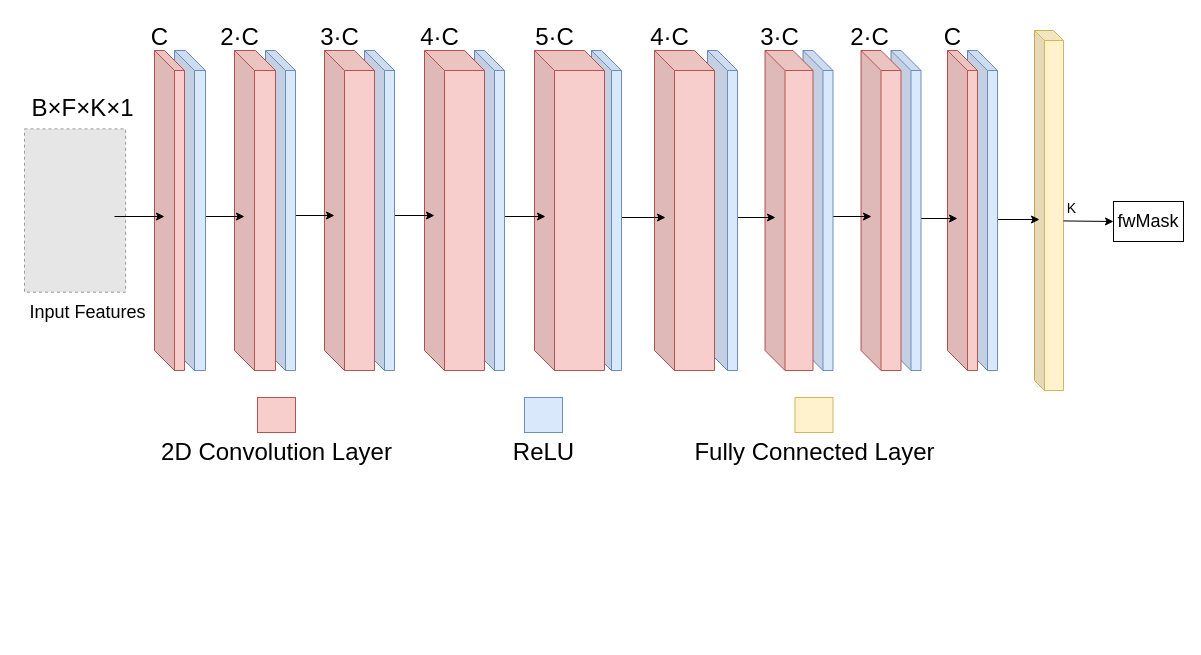
The draw.io diagram page "第 1 页" (1 of 2) of model/未命名绘图.drawio in linan2/A-Convolutional-Recurrent-Neural-Network-for-Real-Time-Speech-Enhancement, before the edit. Source tidied: cells renumbered, new cells numbered last; positions are measured from the earlier drawing's top-left corner, leaving out a move shared by most shapes. Both pictures are drawn from the tidied source at 100%, with x=0, y=0 at pixel (17, 17). Pictures stored in the file or linked from it are replaced by grey dashed boxes.
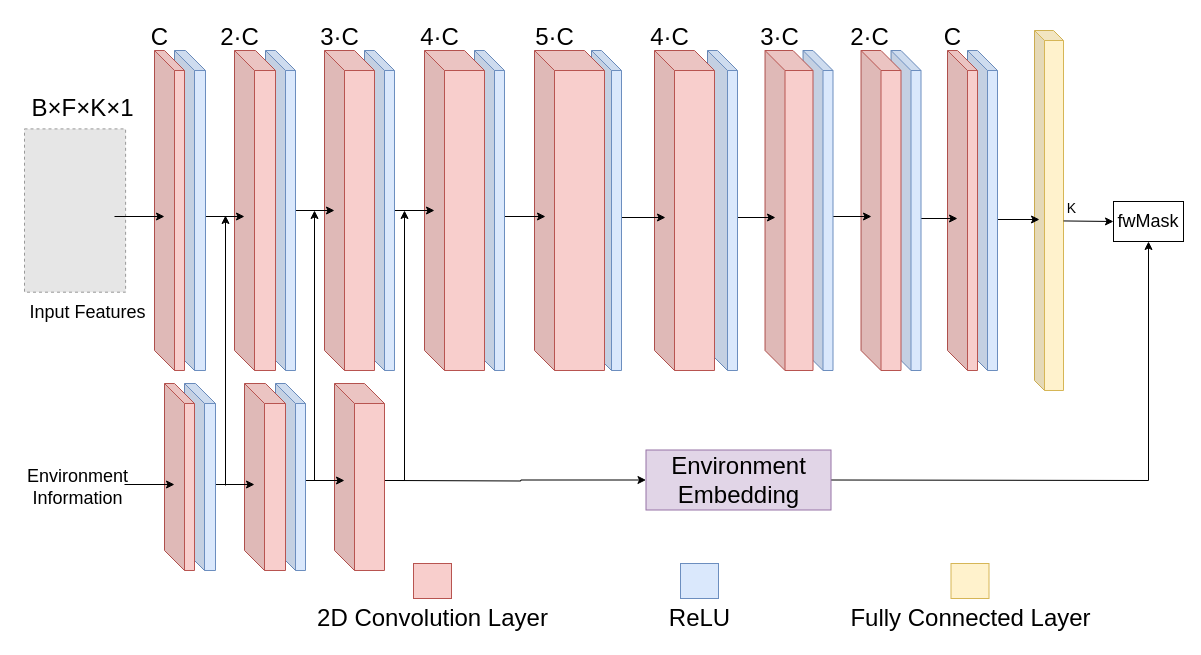
After the change.

Commit message:
更新未命名绘图.drawio

The change refers to these unchanged cells:
```xml
<mxCell id="32" value="&lt;span style=&quot;font-size: 18px;&quot;&gt;fwMask&lt;/span&gt;" style="whiteSpace=wrap;html=1;" parent="1" vertex="1">
  <mxGeometry x="1096" y="184" width="70" height="40" as="geometry" />
</mxCell>
```

What changed in the source:
```diff
@@
     <mxCell id="22" style="endArrow=classic;html=1;rounded=0;" parent="1" edge="1">
       <mxGeometry relative="1" as="geometry">
-        <mxPoint x="367" y="198" as="sourcePoint" />
-        <mxPoint x="417" y="198" as="targetPoint" />
+        <mxPoint x="367" y="193" as="sourcePoint" />
+        <mxPoint x="417" y="193" as="targetPoint" />
       </mxGeometry>
     </mxCell>
@@
     <mxCell id="25" style="endArrow=classic;html=1;rounded=0;" parent="1" edge="1">
       <mxGeometry relative="1" as="geometry">
-        <mxPoint x="267" y="198" as="sourcePoint" />
-        <mxPoint x="317" y="198" as="targetPoint" />
+        <mxPoint x="267" y="193" as="sourcePoint" />
+        <mxPoint x="317" y="193" as="targetPoint" />
       </mxGeometry>
     </mxCell>
@@
     <mxCell id="34" style="whiteSpace=wrap;html=1;fontSize=14;fillColor=#f8cecc;strokeColor=#b85450;" parent="1" vertex="1">
-      <mxGeometry x="240" y="380" width="38" height="35" as="geometry" />
+      <mxGeometry x="396" y="546" width="38" height="35" as="geometry" />
     </mxCell>
     <mxCell id="35" style="whiteSpace=wrap;html=1;fontSize=14;fillColor=#dae8fc;strokeColor=#6c8ebf;" parent="1" vertex="1">
-      <mxGeometry x="507" y="380" width="38" height="35" as="geometry" />
+      <mxGeometry x="663" y="546" width="38" height="35" as="geometry" />
     </mxCell>
     <mxCell id="36" style="whiteSpace=wrap;html=1;fontSize=14;fillColor=#fff2cc;strokeColor=#d6b656;" parent="1" vertex="1">
-      <mxGeometry x="777.5" y="380" width="38" height="35" as="geometry" />
+      <mxGeometry x="933.5" y="546" width="38" height="35" as="geometry" />
     </mxCell>
@@
     <mxCell id="48" value="&lt;font style=&quot;font-size: 24px;&quot;&gt;2D Convolution Layer&lt;/font&gt;" style="text;html=1;align=center;verticalAlign=middle;strokeColor=none;fillColor=none;fontSize=14;" parent="1" vertex="1">
-      <mxGeometry x="134" y="415" width="250" height="40" as="geometry" />
+      <mxGeometry x="290" y="581" width="250" height="40" as="geometry" />
     </mxCell>
     <mxCell id="49" value="&lt;font style=&quot;font-size: 24px;&quot;&gt;ReLU&lt;/font&gt;" style="text;html=1;align=center;verticalAlign=middle;strokeColor=none;fillColor=none;fontSize=14;" parent="1" vertex="1">
-      <mxGeometry x="486" y="415" width="80" height="40" as="geometry" />
+      <mxGeometry x="642" y="581" width="80" height="40" as="geometry" />
     </mxCell>
     <mxCell id="50" value="&lt;font style=&quot;font-size: 24px;&quot;&gt;Fully Connected Layer&lt;/font&gt;" style="text;html=1;align=center;verticalAlign=middle;strokeColor=none;fillColor=none;fontSize=14;" parent="1" vertex="1">
-      <mxGeometry x="666.5" y="415" width="260" height="40" as="geometry" />
+      <mxGeometry x="822.5" y="581" width="260" height="40" as="geometry" />
     </mxCell>
@@
+    <mxCell id="52" style="endArrow=classic;html=1;rounded=0;" parent="1" edge="1">
+      <mxGeometry relative="1" as="geometry">
+        <mxPoint x="356" y="463" as="sourcePoint" />
+        <mxPoint x="387" y="193" as="targetPoint" />
+        <Array as="points">
+          <mxPoint x="387" y="463" />
+        </Array>
+      </mxGeometry>
+    </mxCell>
+    <mxCell id="53" style="edgeStyle=orthogonalEdgeStyle;rounded=0;jettySize=auto;html=1;entryX=0;entryY=0.5;entryDx=0;entryDy=0;" parent="1" edge="1" target="66">
+      <mxGeometry relative="1" as="geometry">
+        <mxPoint x="377" y="463" as="sourcePoint" />
+      </mxGeometry>
+    </mxCell>
+    <mxCell id="54" style="shape=cube;whiteSpace=wrap;html=1;boundedLbl=1;backgroundOutline=1;darkOpacity=0.05;darkOpacity2=0.1;fillColor=#f8cecc;strokeColor=#b85450;" parent="1" vertex="1">
+      <mxGeometry x="317" y="366" width="50" height="187" as="geometry" />
+    </mxCell>
+    <mxCell id="55" style="endArrow=classic;html=1;rounded=0;" parent="1" edge="1">
+      <mxGeometry relative="1" as="geometry">
+        <mxPoint x="277" y="463" as="sourcePoint" />
+        <mxPoint x="327" y="463" as="targetPoint" />
+      </mxGeometry>
+    </mxCell>
+    <mxCell id="56" style="shape=cube;whiteSpace=wrap;html=1;boundedLbl=1;backgroundOutline=1;darkOpacity=0.05;darkOpacity2=0.1;fillColor=#dae8fc;strokeColor=#6c8ebf;" parent="1" vertex="1">
+      <mxGeometry x="258" y="366" width="30" height="187" as="geometry" />
+    </mxCell>
+    <mxCell id="57" style="shape=cube;whiteSpace=wrap;html=1;boundedLbl=1;backgroundOutline=1;darkOpacity=0.05;darkOpacity2=0.1;fillColor=#f8cecc;strokeColor=#b85450;" parent="1" vertex="1">
+      <mxGeometry x="227" y="366" width="41" height="187" as="geometry" />
+    </mxCell>
+    <mxCell id="58" style="endArrow=classic;html=1;rounded=0;" parent="1" edge="1">
+      <mxGeometry relative="1" as="geometry">
+        <mxPoint x="187" y="467" as="sourcePoint" />
+        <mxPoint x="237" y="467" as="targetPoint" />
+      </mxGeometry>
+    </mxCell>
+    <mxCell id="59" style="shape=cube;whiteSpace=wrap;html=1;boundedLbl=1;backgroundOutline=1;darkOpacity=0.05;darkOpacity2=0.1;fillColor=#dae8fc;strokeColor=#6c8ebf;" parent="1" vertex="1">
+      <mxGeometry x="167" y="366" width="31" height="187" as="geometry" />
+    </mxCell>
+    <mxCell id="60" style="shape=cube;whiteSpace=wrap;html=1;boundedLbl=1;backgroundOutline=1;darkOpacity=0.05;darkOpacity2=0.1;fillColor=#f8cecc;strokeColor=#b85450;size=20;" parent="1" vertex="1">
+      <mxGeometry x="147" y="366" width="30" height="187" as="geometry" />
+    </mxCell>
+    <mxCell id="61" style="endArrow=classic;html=1;rounded=0;" parent="1" edge="1">
+      <mxGeometry relative="1" as="geometry">
+        <mxPoint x="107" y="467" as="sourcePoint" />
+        <mxPoint x="157" y="467" as="targetPoint" />
+      </mxGeometry>
+    </mxCell>
+    <mxCell id="62" value="&lt;font style=&quot;font-size: 18px;&quot;&gt;Environment&lt;br&gt;Information&lt;br&gt;&lt;/font&gt;" style="text;html=1;align=center;verticalAlign=middle;strokeColor=none;fillColor=none;fontSize=14;" parent="1" vertex="1">
+      <mxGeometry y="440" width="120" height="60" as="geometry" />
+    </mxCell>
+    <mxCell id="63" style="endArrow=classic;html=1;rounded=0;" parent="1" edge="1">
+      <mxGeometry relative="1" as="geometry">
+        <mxPoint x="297" y="463" as="sourcePoint" />
+        <mxPoint x="297" y="193" as="targetPoint" />
+      </mxGeometry>
+    </mxCell>
+    <mxCell id="64" style="endArrow=classic;html=1;rounded=0;" parent="1" edge="1">
+      <mxGeometry relative="1" as="geometry">
+        <mxPoint x="208" y="468" as="sourcePoint" />
+        <mxPoint x="208" y="198" as="targetPoint" />
+      </mxGeometry>
+    </mxCell>
+    <mxCell id="65" style="endArrow=classic;html=1;rounded=0;entryX=0.5;entryY=1;entryDx=0;entryDy=0;exitX=1;exitY=0.5;exitDx=0;exitDy=0;" parent="1" edge="1" source="66" target="32">
+      <mxGeometry relative="1" as="geometry">
+        <Array as="points">
+          <mxPoint x="1131" y="463" />
+        </Array>
+      </mxGeometry>
+    </mxCell>
+    <mxCell id="66" value="&lt;font style=&quot;font-size: 24px;&quot;&gt;Environment Embedding&lt;/font&gt;" style="rounded=0;whiteSpace=wrap;html=1;fillColor=#e1d5e7;strokeColor=#9673a6;" parent="1" vertex="1">
+      <mxGeometry x="628.5" y="432.5" width="185" height="60" as="geometry" />
+    </mxCell>
```
